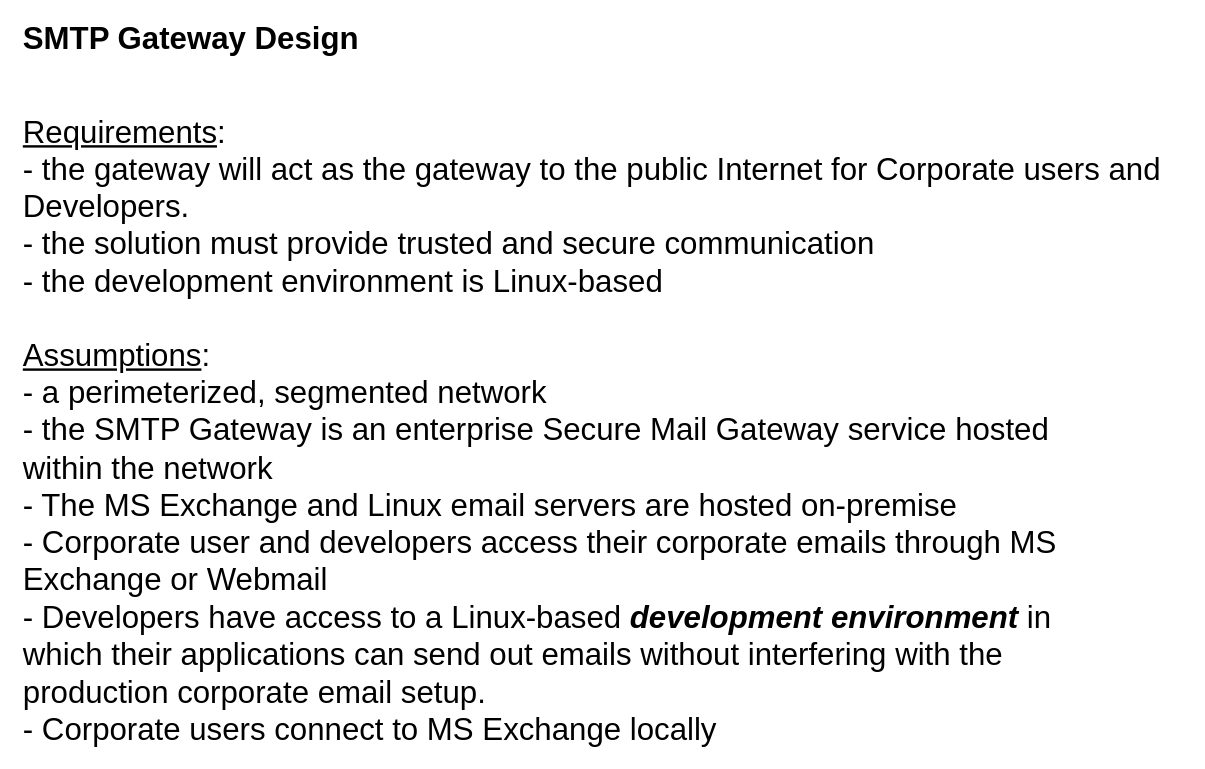
The draw.io diagram page "Requirements and Assumptions" (1 of 4) of SMTP Gateway.drawio in dachachacha/dotfiles, before the edit. Source tidied: cells renumbered, new cells numbered last; positions are measured from the earlier drawing's top-left corner, leaving out a move shared by most shapes. Both pictures are drawn from the tidied source at 120%, with x=0, y=0 at pixel (20, 20).
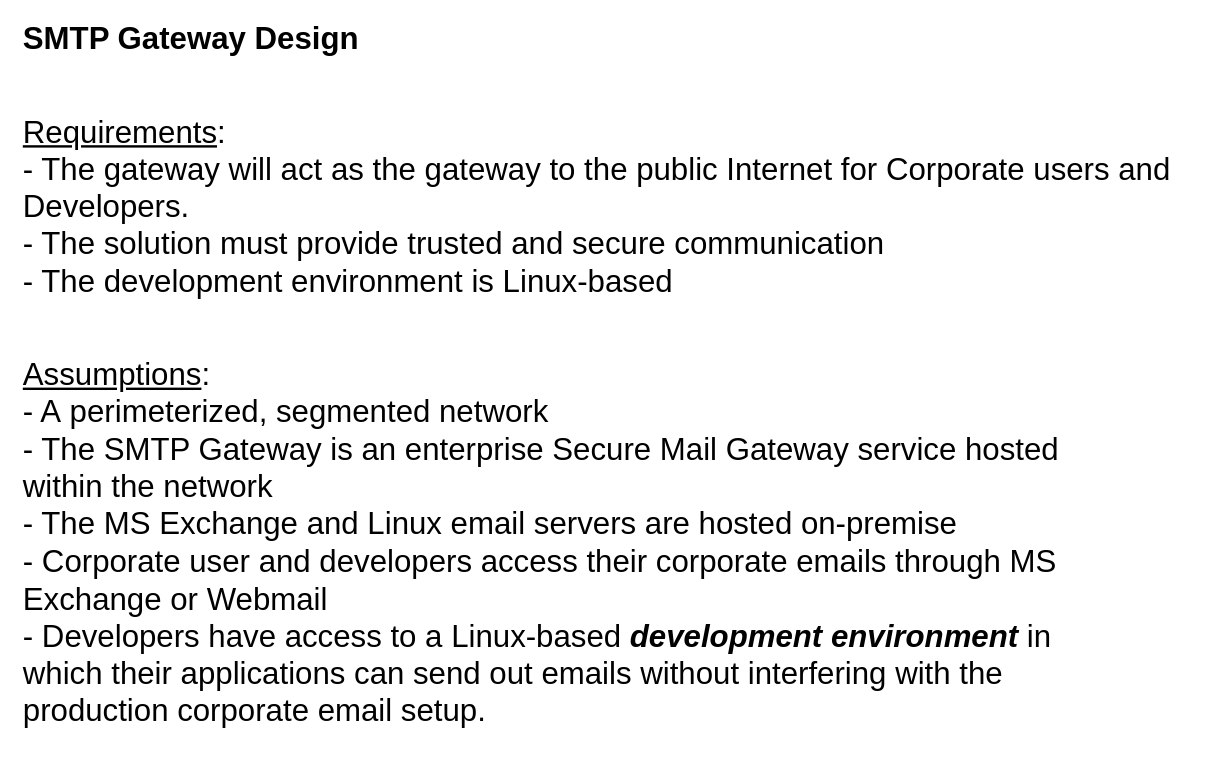
The same page after the edit.

Diff of the diagram source:
```diff
@@
 <mxGraphModel>
   <root>
     <mxCell id="0" />
     <mxCell id="1" parent="0" />
-    <mxCell id="2" value="&lt;u&gt;Assumptions&lt;/u&gt;:&amp;nbsp;&lt;br&gt;&lt;div style=&quot;&quot;&gt;&lt;span style=&quot;background-color: initial;&quot;&gt;-&amp;nbsp;&lt;/span&gt;&lt;span style=&quot;background-color: initial;&quot;&gt;a perimeterized, segmented network&lt;/span&gt;&lt;/div&gt;&lt;div style=&quot;&quot;&gt;&lt;span style=&quot;background-color: initial;&quot;&gt;- the SMTP Gateway is an enterprise&amp;nbsp;Secure Mail Gateway service hosted within the network&lt;/span&gt;&lt;/div&gt;&lt;div style=&quot;&quot;&gt;&lt;span style=&quot;background-color: initial;&quot;&gt;- The MS Exchange and Linux email servers are hosted on-premise&lt;/span&gt;&lt;/div&gt;&lt;div style=&quot;&quot;&gt;&lt;span style=&quot;background-color: initial;&quot;&gt;- Corporate user and developers access their corporate emails through MS Exchange or Webmail&lt;/span&gt;&lt;/div&gt;&lt;div style=&quot;&quot;&gt;&lt;span style=&quot;background-color: initial;&quot;&gt;- Developers have access to a Linux-based&amp;nbsp;&lt;i&gt;&lt;b&gt;development&lt;/b&gt;&lt;/i&gt; &lt;i&gt;&lt;b&gt;environment&lt;/b&gt;&lt;/i&gt; in which their applications can send out emails without interfering with the production corporate email setup.&amp;nbsp;&lt;/span&gt;&lt;/div&gt;&lt;div style=&quot;&quot;&gt;&lt;span style=&quot;background-color: initial;&quot;&gt;- Corporate users connect to MS Exchange locally&amp;nbsp;&lt;/span&gt;&lt;/div&gt;" style="text;html=1;strokeColor=none;fillColor=none;align=left;verticalAlign=middle;whiteSpace=wrap;rounded=0;fontSize=26;" parent="1" vertex="1">
+    <mxCell id="2" value="&lt;u&gt;Assumptions&lt;/u&gt;:&amp;nbsp;&lt;br&gt;&lt;div style=&quot;&quot;&gt;&lt;span style=&quot;background-color: initial;&quot;&gt;- A&lt;/span&gt;&lt;span style=&quot;background-color: initial;&quot;&gt;&amp;nbsp;perimeterized, segmented network&lt;/span&gt;&lt;/div&gt;&lt;div style=&quot;&quot;&gt;&lt;span style=&quot;background-color: initial;&quot;&gt;- The SMTP Gateway is an enterprise&amp;nbsp;Secure Mail Gateway service hosted within the network&lt;/span&gt;&lt;/div&gt;&lt;div style=&quot;&quot;&gt;&lt;span style=&quot;background-color: initial;&quot;&gt;- The MS Exchange and Linux email servers are hosted on-premise&lt;/span&gt;&lt;/div&gt;&lt;div style=&quot;&quot;&gt;&lt;span style=&quot;background-color: initial;&quot;&gt;- Corporate user and developers access their corporate emails through MS Exchange or Webmail&lt;/span&gt;&lt;/div&gt;&lt;div style=&quot;&quot;&gt;&lt;span style=&quot;background-color: initial;&quot;&gt;- Developers have access to a Linux-based&amp;nbsp;&lt;i&gt;&lt;b&gt;development&lt;/b&gt;&lt;/i&gt; &lt;i&gt;&lt;b&gt;environment&lt;/b&gt;&lt;/i&gt; in which their applications can send out emails without interfering with the production corporate email setup.&amp;nbsp;&lt;/span&gt;&lt;/div&gt;" style="text;html=1;strokeColor=none;fillColor=none;align=left;verticalAlign=middle;whiteSpace=wrap;rounded=0;fontSize=26;" parent="1" vertex="1">
       <mxGeometry y="420" width="920" height="30" as="geometry" />
     </mxCell>
-    <mxCell id="3" value="&lt;u&gt;Requirements&lt;/u&gt;:&amp;nbsp;&lt;br&gt;-&amp;nbsp;the gateway will act as the gateway to the public Internet for Corporate users and Developers.&lt;br&gt;&lt;div style=&quot;&quot;&gt;&lt;span style=&quot;background-color: initial;&quot;&gt;- the solution must provide trusted and secure communication&lt;/span&gt;&lt;/div&gt;&lt;div style=&quot;&quot;&gt;&lt;span style=&quot;background-color: initial;&quot;&gt;- the development environment is Linux-based&lt;/span&gt;&lt;/div&gt;" style="text;html=1;strokeColor=none;fillColor=none;align=left;verticalAlign=middle;whiteSpace=wrap;rounded=0;fontSize=26;" parent="1" vertex="1">
+    <mxCell id="3" value="&lt;u&gt;Requirements&lt;/u&gt;:&amp;nbsp;&lt;br&gt;- The gateway will act as the gateway to the public Internet for Corporate users and Developers.&lt;br&gt;&lt;div style=&quot;&quot;&gt;&lt;span style=&quot;background-color: initial;&quot;&gt;- The solution must provide trusted and secure communication&lt;/span&gt;&lt;/div&gt;&lt;div style=&quot;&quot;&gt;&lt;span style=&quot;background-color: initial;&quot;&gt;- The development environment is Linux-based&lt;/span&gt;&lt;/div&gt;" style="text;html=1;strokeColor=none;fillColor=none;align=left;verticalAlign=middle;whiteSpace=wrap;rounded=0;fontSize=26;" parent="1" vertex="1">
       <mxGeometry y="140" width="970" height="30" as="geometry" />
     </mxCell>
     <mxCell id="4" value="SMTP Gateway Design" style="text;html=1;strokeColor=none;fillColor=none;align=left;verticalAlign=middle;whiteSpace=wrap;rounded=0;fontSize=26;fontStyle=1;" parent="1" vertex="1">
       <mxGeometry width="385" height="30" as="geometry" />
     </mxCell>
   </root>
 </mxGraphModel>
```
